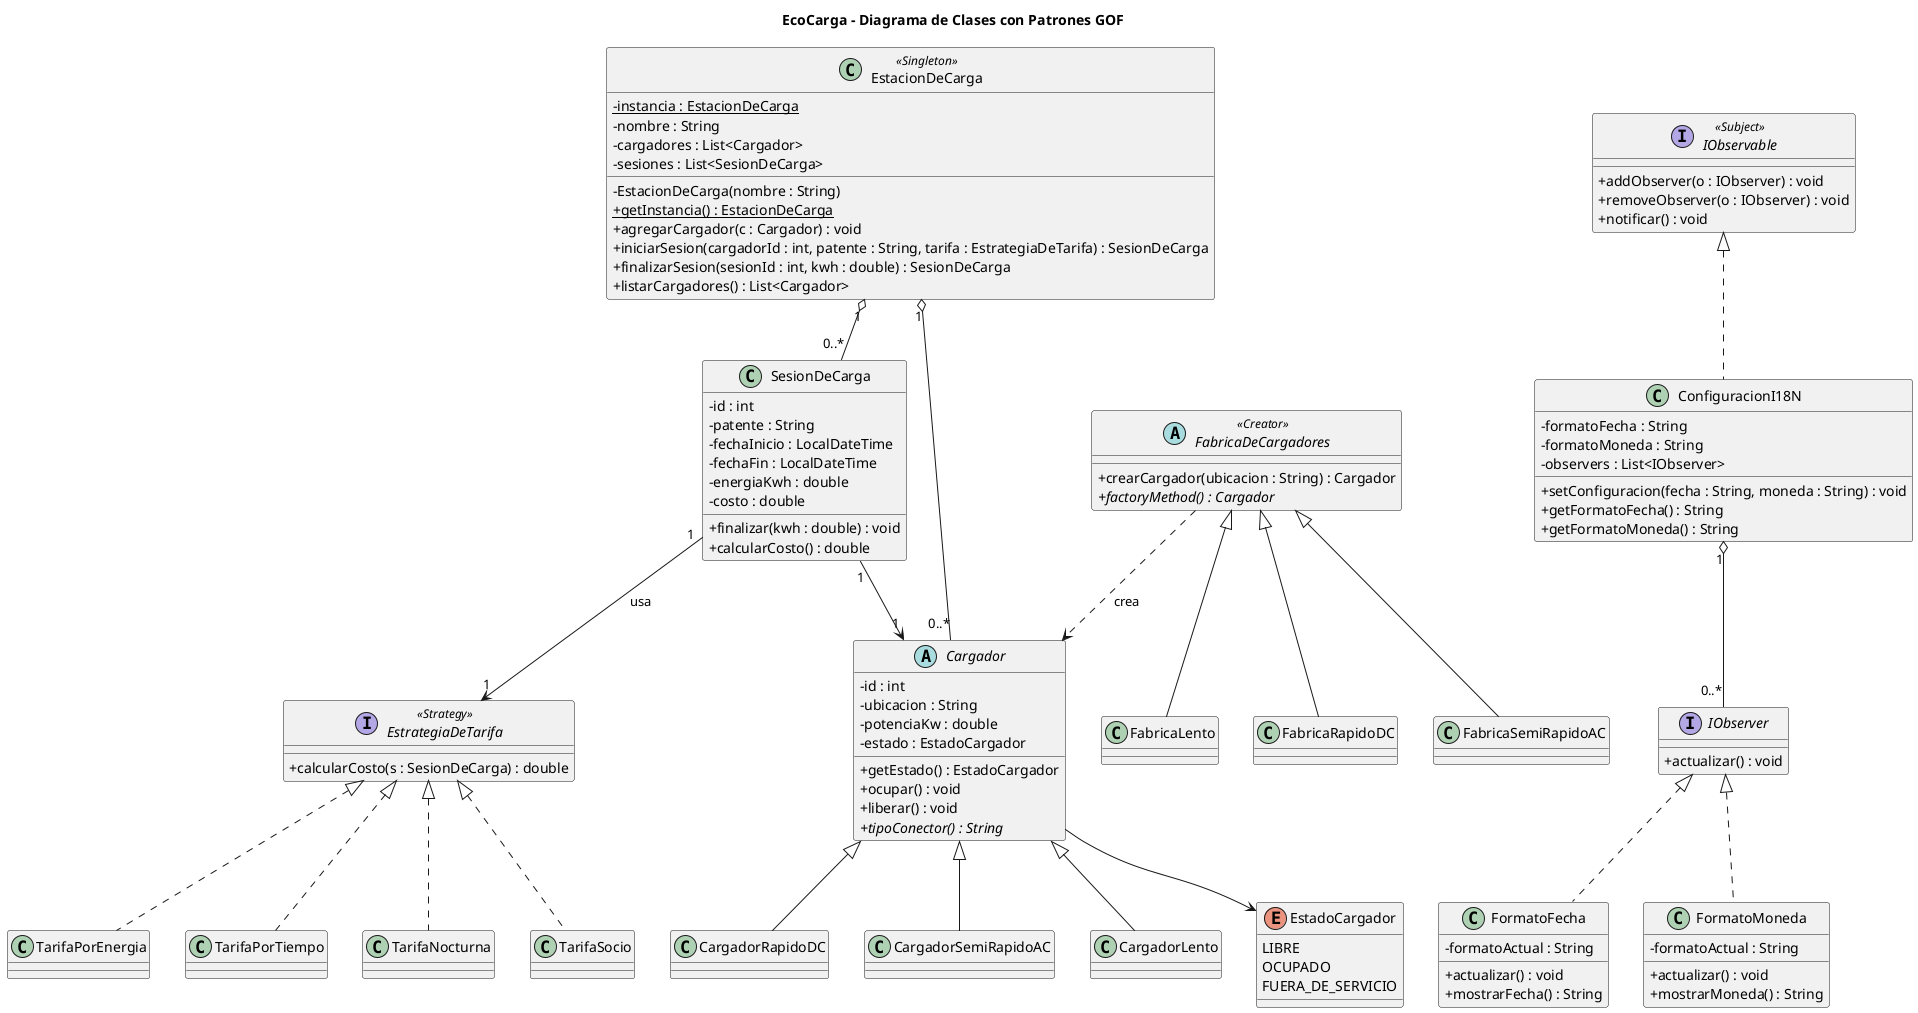
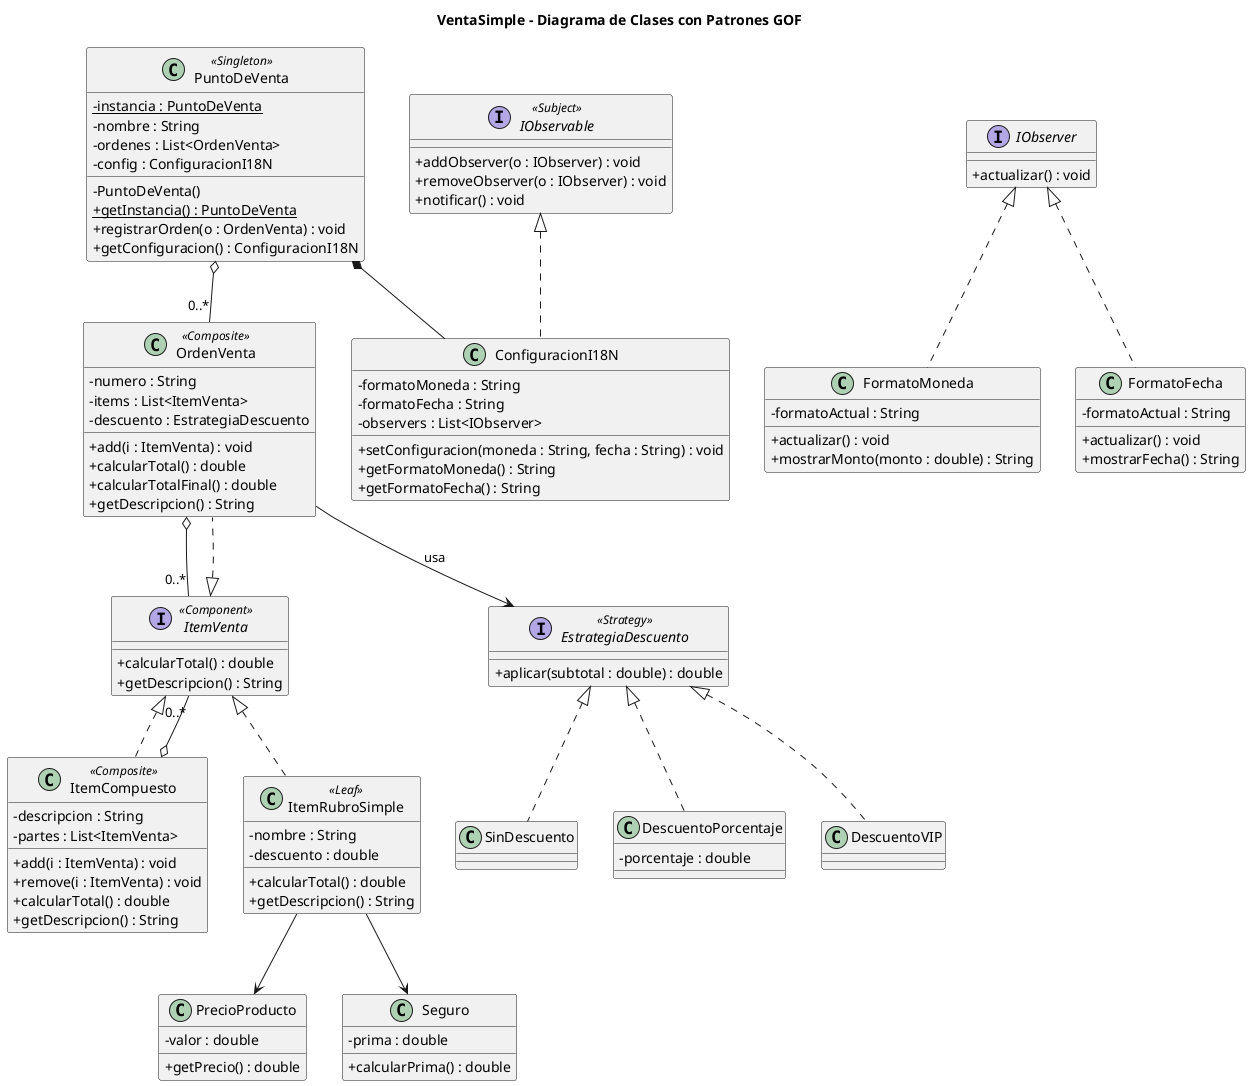
- @startuml EcoCarga-Clases
- title EcoCarga - Diagrama de Clases con Patrones GOF
+ @startuml VentaSimple-Clases
+ title VentaSimple - Diagrama de Clases con Patrones GOF
skinparam classAttributeIconSize 0

' ===================== SINGLETON =====================
- class EstacionDeCarga <<Singleton>> {
-   - {static} instancia : EstacionDeCarga
+ class PuntoDeVenta <<Singleton>> {
+   - {static} instancia : PuntoDeVenta
  - nombre : String
-   - cargadores : List<Cargador>
-   - sesiones : List<SesionDeCarga>
-   - EstacionDeCarga(nombre : String)
-   + {static} getInstancia() : EstacionDeCarga
-   + agregarCargador(c : Cargador) : void
-   + iniciarSesion(cargadorId : int, patente : String, tarifa : EstrategiaDeTarifa) : SesionDeCarga
-   + finalizarSesion(sesionId : int, kwh : double) : SesionDeCarga
-   + listarCargadores() : List<Cargador>
+   - ordenes : List<OrdenVenta>
+   - config : ConfiguracionI18N
+   - PuntoDeVenta()
+   + {static} getInstancia() : PuntoDeVenta
+   + registrarOrden(o : OrdenVenta) : void
+   + getConfiguracion() : ConfiguracionI18N
}

- ' ===================== FACTORY METHOD =====================
- abstract class Cargador {
-   - id : int
-   - ubicacion : String
-   - potenciaKw : double
-   - estado : EstadoCargador
-   + getEstado() : EstadoCargador
-   + ocupar() : void
-   + liberar() : void
-   + {abstract} tipoConector() : String
+ ' ===================== COMPOSITE =====================
+ interface ItemVenta <<Component>> {
+   + calcularTotal() : double
+   + getDescripcion() : String
}
- class CargadorRapidoDC
- class CargadorSemiRapidoAC
- class CargadorLento
- Cargador <|-- CargadorRapidoDC
- Cargador <|-- CargadorSemiRapidoAC
- Cargador <|-- CargadorLento
- 
- enum EstadoCargador {
-   LIBRE
-   OCUPADO
-   FUERA_DE_SERVICIO
+ class OrdenVenta <<Composite>> {
+   - numero : String
+   - items : List<ItemVenta>
+   - descuento : EstrategiaDescuento
+   + add(i : ItemVenta) : void
+   + calcularTotal() : double
+   + calcularTotalFinal() : double
+   + getDescripcion() : String
}
- 
- abstract class FabricaDeCargadores <<Creator>> {
-   + crearCargador(ubicacion : String) : Cargador
-   + {abstract} factoryMethod() : Cargador
+ class ItemCompuesto <<Composite>> {
+   - descripcion : String
+   - partes : List<ItemVenta>
+   + add(i : ItemVenta) : void
+   + remove(i : ItemVenta) : void
+   + calcularTotal() : double
+   + getDescripcion() : String
}
- class FabricaRapidoDC
- class FabricaSemiRapidoAC
- class FabricaLento
- FabricaDeCargadores <|-- FabricaRapidoDC
- FabricaDeCargadores <|-- FabricaSemiRapidoAC
- FabricaDeCargadores <|-- FabricaLento
+ class ItemRubroSimple <<Leaf>> {
+   - nombre : String
+   - descuento : double
+   + calcularTotal() : double
+   + getDescripcion() : String
+ }
+ class PrecioProducto {
+   - valor : double
+   + getPrecio() : double
+ }
+ class Seguro {
+   - prima : double
+   + calcularPrima() : double
+ }
+ ItemVenta <|.. OrdenVenta
+ ItemVenta <|.. ItemCompuesto
+ ItemVenta <|.. ItemRubroSimple
+ OrdenVenta o-- "0..*" ItemVenta
+ ItemCompuesto o-- "0..*" ItemVenta
+ ItemRubroSimple --> PrecioProducto
+ ItemRubroSimple --> Seguro

' ===================== STRATEGY =====================
- interface EstrategiaDeTarifa <<Strategy>> {
-   + calcularCosto(s : SesionDeCarga) : double
+ interface EstrategiaDescuento <<Strategy>> {
+   + aplicar(subtotal : double) : double
}
- class TarifaPorEnergia
- class TarifaPorTiempo
- class TarifaNocturna
- class TarifaSocio
- EstrategiaDeTarifa <|.. TarifaPorEnergia
- EstrategiaDeTarifa <|.. TarifaPorTiempo
- EstrategiaDeTarifa <|.. TarifaNocturna
- EstrategiaDeTarifa <|.. TarifaSocio
- 
- class SesionDeCarga {
-   - id : int
-   - patente : String
-   - fechaInicio : LocalDateTime
-   - fechaFin : LocalDateTime
-   - energiaKwh : double
-   - costo : double
-   + finalizar(kwh : double) : void
-   + calcularCosto() : double
+ class SinDescuento
+ class DescuentoPorcentaje {
+   - porcentaje : double
}
+ class DescuentoVIP
+ EstrategiaDescuento <|.. SinDescuento
+ EstrategiaDescuento <|.. DescuentoPorcentaje
+ EstrategiaDescuento <|.. DescuentoVIP
+ OrdenVenta --> EstrategiaDescuento : usa

' ===================== OBSERVER =====================
interface IObservable <<Subject>> {
  + addObserver(o : IObserver) : void
  + removeObserver(o : IObserver) : void
  + notificar() : void
}
interface IObserver {
  + actualizar() : void
}
class ConfiguracionI18N {
+   - formatoMoneda : String
  - formatoFecha : String
-   - formatoMoneda : String
  - observers : List<IObserver>
-   + setConfiguracion(fecha : String, moneda : String) : void
+   + setConfiguracion(moneda : String, fecha : String) : void
+   + getFormatoMoneda() : String
  + getFormatoFecha() : String
-   + getFormatoMoneda() : String
+ }
+ class FormatoMoneda {
+   - formatoActual : String
+   + actualizar() : void
+   + mostrarMonto(monto : double) : String
}
class FormatoFecha {
  - formatoActual : String
  + actualizar() : void
  + mostrarFecha() : String
}
- class FormatoMoneda {
-   - formatoActual : String
-   + actualizar() : void
-   + mostrarMoneda() : String
- }
IObservable <|.. ConfiguracionI18N
+ IObserver <|.. FormatoMoneda
IObserver <|.. FormatoFecha
- IObserver <|.. FormatoMoneda

- ' ===================== RELACIONES =====================
- EstacionDeCarga "1" o-- "0..*" Cargador
- EstacionDeCarga "1" o-- "0..*" SesionDeCarga
- SesionDeCarga "1" --> "1" Cargador
- SesionDeCarga "1" --> "1" EstrategiaDeTarifa : usa
- FabricaDeCargadores ..> Cargador : crea
- Cargador --> EstadoCargador
- ConfiguracionI18N "1" o-- "0..*" IObserver
+ ' ===================== RELACIONES GLOBALES =====================
+ PuntoDeVenta o-- "0..*" OrdenVenta
+ PuntoDeVenta *-- ConfiguracionI18N
@enduml
